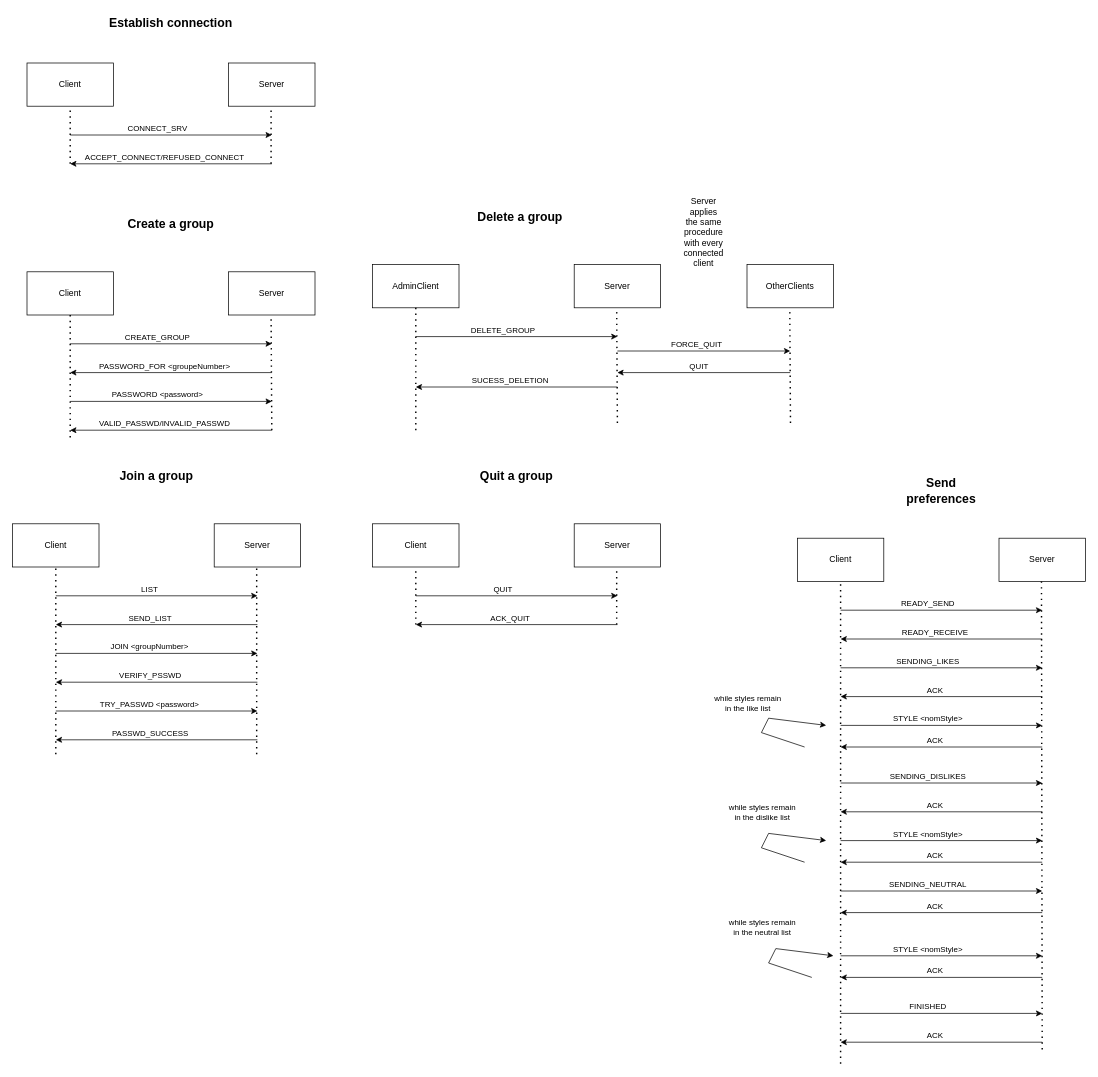
CamilleThHEIG/consuly keeps this draw.io diagram as applicationProtocol/ConsulyProtocol.drawio. Above is the earlier version. Source tidied: cells renumbered, new cells numbered last; positions are measured from the earlier drawing's top-left corner, leaving out a move shared by most shapes. Both pictures are drawn from the tidied source at 72%, with x=0, y=0 at pixel (12, 12).
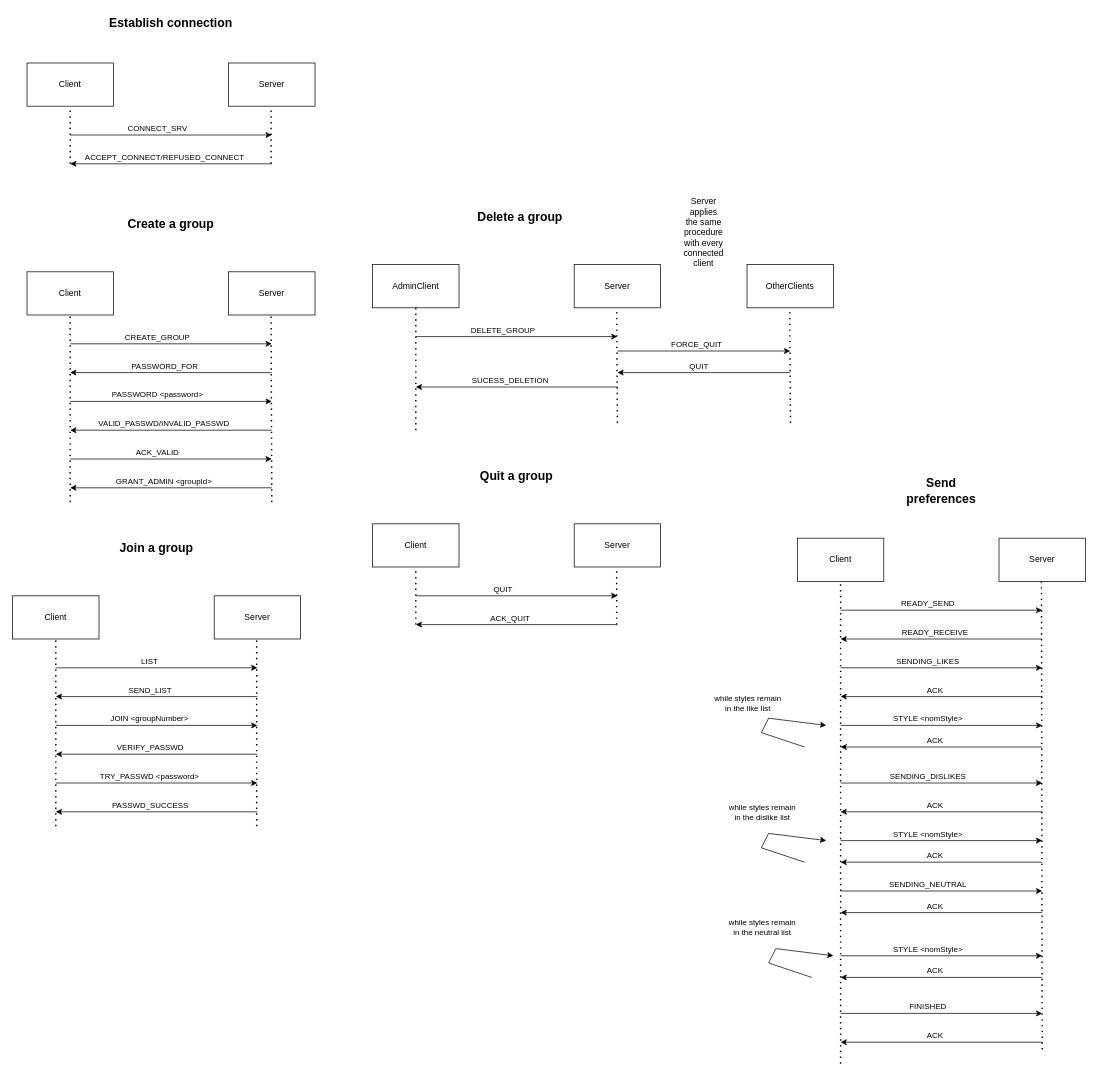
The same page after the edit.

Commit message (it also covers changes not shown here):
Application protocol adjustments

The change refers to these unchanged cells:
```xml
<mxCell id="17" style="endArrow=classic;html=1;rounded=0;" parent="1" edge="1">
  <mxGeometry relative="1" as="geometry">
    <mxPoint x="360" y="500" as="sourcePoint" />
    <mxPoint x="80" y="500" as="targetPoint" />
  </mxGeometry>
</mxCell>
<mxCell id="22" style="endArrow=classic;html=1;rounded=0;" parent="1" edge="1">
  <mxGeometry relative="1" as="geometry">
    <mxPoint x="360" y="580" as="sourcePoint" />
    <mxPoint x="80" y="580" as="targetPoint" />
  </mxGeometry>
</mxCell>
```

The edit, as a diff of the source:
```diff
@@
     <mxCell id="13" style="endArrow=none;dashed=1;html=1;dashPattern=1 3;strokeWidth=2;rounded=0;entryX=0.5;entryY=1;entryDx=0;entryDy=0;" parent="1" edge="1">
       <mxGeometry relative="1" as="geometry">
-        <mxPoint x="360" y="580" as="sourcePoint" />
+        <mxPoint x="360" y="680" as="sourcePoint" />
         <mxPoint x="359" y="420" as="targetPoint" />
       </mxGeometry>
     </mxCell>
     <mxCell id="14" style="endArrow=none;dashed=1;html=1;dashPattern=1 3;strokeWidth=2;rounded=0;entryX=0.5;entryY=1;entryDx=0;entryDy=0;" parent="1" edge="1">
       <mxGeometry relative="1" as="geometry">
-        <mxPoint x="80" y="590" as="sourcePoint" />
+        <mxPoint x="80" y="680" as="sourcePoint" />
         <mxPoint x="80" y="420" as="targetPoint" />
       </mxGeometry>
     </mxCell>
@@
-    <mxCell id="18" value="PASSWORD_FOR &amp;lt;groupeNumber&amp;gt;" style="edgeLabel;html=1;align=center;verticalAlign=middle;" parent="17" vertex="1">
+    <mxCell id="18" value="PASSWORD_FOR" style="edgeLabel;html=1;align=center;verticalAlign=middle;" parent="17" vertex="1">
       <mxGeometry x="0.07" relative="1" as="geometry">
         <mxPoint y="-10" as="offset" />
       </mxGeometry>
     </mxCell>
@@
     <mxCell id="23" value="VALID_PASSWD/INVALID_PASSWD" style="edgeLabel;html=1;align=center;verticalAlign=middle;" parent="22" vertex="1">
       <mxGeometry x="0.07" relative="1" as="geometry">
-        <mxPoint y="-10" as="offset" />
+        <mxPoint x="-1" y="-10" as="offset" />
       </mxGeometry>
     </mxCell>
@@
     <mxCell id="40" value="Client" style="rounded=0;whiteSpace=wrap;html=1;" parent="1" vertex="1">
-      <mxGeometry y="710" width="120" height="60" as="geometry" />
+      <mxGeometry y="810" width="120" height="60" as="geometry" />
     </mxCell>
     <mxCell id="41" value="Server" style="rounded=0;whiteSpace=wrap;html=1;" parent="1" vertex="1">
-      <mxGeometry x="280" y="710" width="120" height="60" as="geometry" />
+      <mxGeometry x="280" y="810" width="120" height="60" as="geometry" />
     </mxCell>
     <mxCell id="42" style="endArrow=none;dashed=1;html=1;dashPattern=1 3;strokeWidth=2;rounded=0;entryX=0.5;entryY=1;entryDx=0;entryDy=0;" parent="1" edge="1">
       <mxGeometry relative="1" as="geometry">
-        <mxPoint x="339" y="1030" as="sourcePoint" />
-        <mxPoint x="339" y="770" as="targetPoint" />
+        <mxPoint x="339" y="1130" as="sourcePoint" />
+        <mxPoint x="339" y="870" as="targetPoint" />
       </mxGeometry>
     </mxCell>
     <mxCell id="43" style="endArrow=none;dashed=1;html=1;dashPattern=1 3;strokeWidth=2;rounded=0;entryX=0.5;entryY=1;entryDx=0;entryDy=0;" parent="1" edge="1">
       <mxGeometry relative="1" as="geometry">
-        <mxPoint x="60" y="1030" as="sourcePoint" />
-        <mxPoint x="60" y="770" as="targetPoint" />
+        <mxPoint x="60" y="1130" as="sourcePoint" />
+        <mxPoint x="60" y="870" as="targetPoint" />
       </mxGeometry>
     </mxCell>
     <mxCell id="44" style="endArrow=classic;html=1;rounded=0;" parent="1" edge="1">
       <mxGeometry relative="1" as="geometry">
-        <mxPoint x="60" y="810" as="sourcePoint" />
-        <mxPoint x="340" y="810" as="targetPoint" />
+        <mxPoint x="60" y="910" as="sourcePoint" />
+        <mxPoint x="340" y="910" as="targetPoint" />
       </mxGeometry>
     </mxCell>
@@
     <mxCell id="46" style="endArrow=classic;html=1;rounded=0;" parent="1" edge="1">
       <mxGeometry relative="1" as="geometry">
-        <mxPoint x="340" y="850" as="sourcePoint" />
-        <mxPoint x="60" y="850" as="targetPoint" />
+        <mxPoint x="340" y="950" as="sourcePoint" />
+        <mxPoint x="60" y="950" as="targetPoint" />
       </mxGeometry>
     </mxCell>
@@
     <mxCell id="48" value="&lt;span style=&quot;font-size: 17px;&quot;&gt;&lt;b&gt;Join a group&lt;/b&gt;&lt;/span&gt;" style="text;html=1;strokeColor=none;fillColor=none;align=center;verticalAlign=middle;whiteSpace=wrap;rounded=0;" parent="1" vertex="1">
-      <mxGeometry x="130" y="630" width="140" height="30" as="geometry" />
+      <mxGeometry x="130" y="730" width="140" height="30" as="geometry" />
     </mxCell>
     <mxCell id="49" style="endArrow=classic;html=1;rounded=0;" parent="1" edge="1">
       <mxGeometry relative="1" as="geometry">
-        <mxPoint x="60" y="890" as="sourcePoint" />
-        <mxPoint x="340" y="890" as="targetPoint" />
+        <mxPoint x="60" y="990" as="sourcePoint" />
+        <mxPoint x="340" y="990" as="targetPoint" />
       </mxGeometry>
     </mxCell>
@@
     <mxCell id="51" style="endArrow=classic;html=1;rounded=0;" parent="1" edge="1">
       <mxGeometry relative="1" as="geometry">
-        <mxPoint x="340" y="930" as="sourcePoint" />
-        <mxPoint x="60" y="930" as="targetPoint" />
+        <mxPoint x="340" y="1030" as="sourcePoint" />
+        <mxPoint x="60" y="1030" as="targetPoint" />
       </mxGeometry>
     </mxCell>
-    <mxCell id="52" value="VERIFY_PSSWD" style="edgeLabel;html=1;align=center;verticalAlign=middle;" parent="51" vertex="1">
+    <mxCell id="52" value="VERIFY_PASSWD" style="edgeLabel;html=1;align=center;verticalAlign=middle;" parent="51" vertex="1">
       <mxGeometry x="0.07" relative="1" as="geometry">
         <mxPoint y="-10" as="offset" />
       </mxGeometry>
     </mxCell>
     <mxCell id="53" style="endArrow=classic;html=1;rounded=0;" parent="1" edge="1">
       <mxGeometry relative="1" as="geometry">
-        <mxPoint x="60" y="970" as="sourcePoint" />
-        <mxPoint x="340" y="970" as="targetPoint" />
+        <mxPoint x="60" y="1070" as="sourcePoint" />
+        <mxPoint x="340" y="1070" as="targetPoint" />
       </mxGeometry>
     </mxCell>
@@
     <mxCell id="55" style="endArrow=classic;html=1;rounded=0;" parent="1" edge="1">
       <mxGeometry relative="1" as="geometry">
-        <mxPoint x="340" y="1010" as="sourcePoint" />
-        <mxPoint x="60" y="1010" as="targetPoint" />
+        <mxPoint x="340" y="1110" as="sourcePoint" />
+        <mxPoint x="60" y="1110" as="targetPoint" />
       </mxGeometry>
     </mxCell>
@@
+    <mxCell id="109" style="endArrow=classic;html=1;rounded=0;" parent="1" edge="1">
+      <mxGeometry relative="1" as="geometry">
+        <mxPoint x="80" y="620" as="sourcePoint" />
+        <mxPoint x="360" y="620" as="targetPoint" />
+      </mxGeometry>
+    </mxCell>
+    <mxCell id="110" value="ACK_VALID" style="edgeLabel;html=1;align=center;verticalAlign=middle;" parent="109" vertex="1">
+      <mxGeometry x="-0.14" y="3" relative="1" as="geometry">
+        <mxPoint y="-7" as="offset" />
+      </mxGeometry>
+    </mxCell>
+    <mxCell id="111" style="endArrow=classic;html=1;rounded=0;" parent="1" edge="1">
+      <mxGeometry relative="1" as="geometry">
+        <mxPoint x="360" y="660" as="sourcePoint" />
+        <mxPoint x="80" y="660" as="targetPoint" />
+      </mxGeometry>
+    </mxCell>
+    <mxCell id="112" value="GRANT_ADMIN &amp;lt;groupId&amp;gt;" style="edgeLabel;html=1;align=center;verticalAlign=middle;" parent="111" vertex="1">
+      <mxGeometry x="0.07" relative="1" as="geometry">
+        <mxPoint x="-1" y="-10" as="offset" />
+      </mxGeometry>
+    </mxCell>
```
